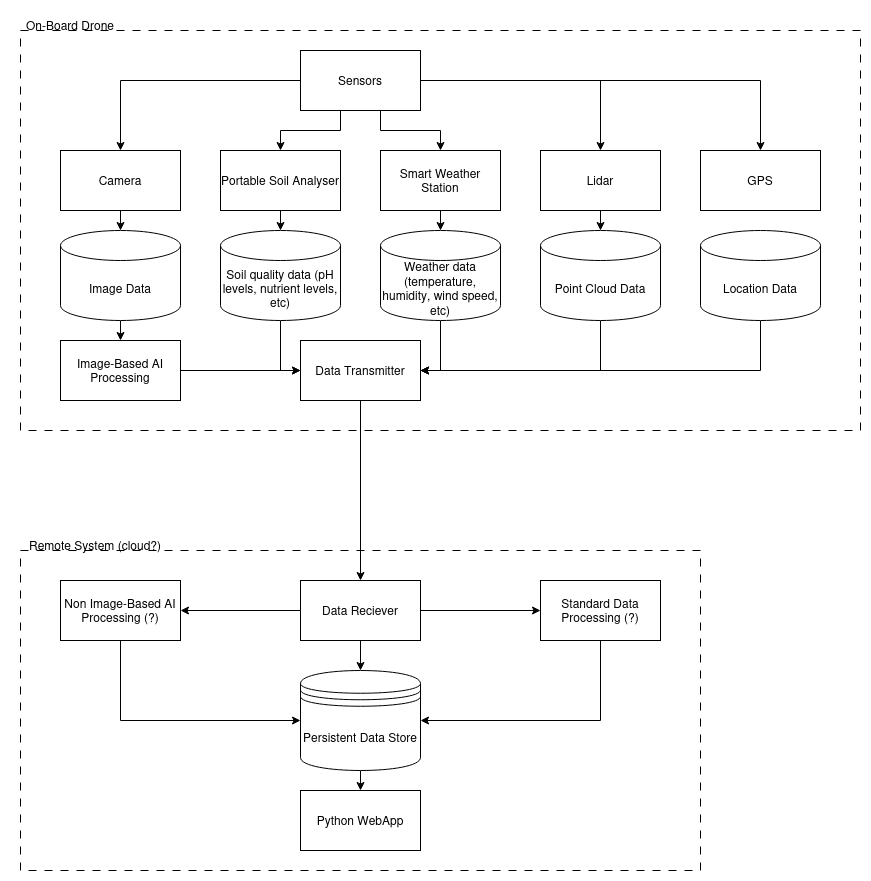
Earlier version of the draw.io export documentation/system_design/system_design_v1.drawio.png (Xychic/GPIG_Project). Source tidied: cells renumbered, new cells last; positions are measured from the earlier drawing's top-left corner, leaving out a move shared by most shapes.
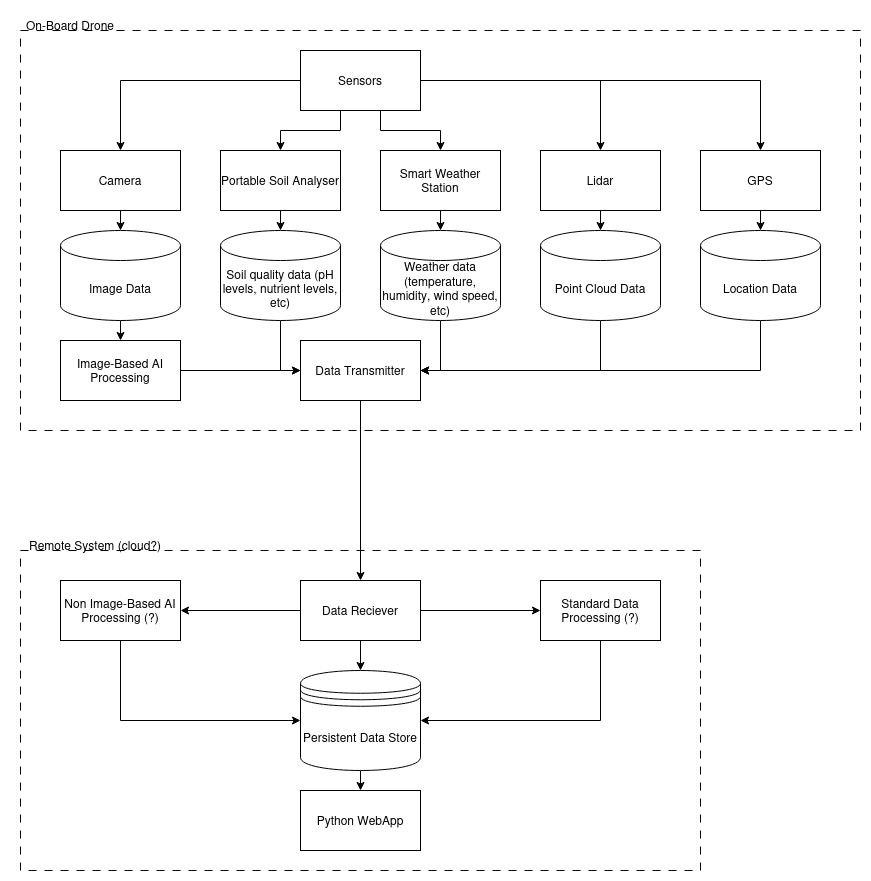
The same file after the commit.

Commit message:
bugfix/added_missed_connection

What changed in the source:
```diff
@@ -149,5 +149,8 @@
     <mxCell id="45" value="Location Data" style="shape=cylinder3;whiteSpace=wrap;html=1;boundedLbl=1;backgroundOutline=1;size=15;" parent="1" vertex="1">
       <mxGeometry x="690" y="220" width="120" height="90" as="geometry" />
     </mxCell>
+    <mxCell id="46" style="edgeStyle=orthogonalEdgeStyle;rounded=0;jettySize=auto;html=1;exitX=0.5;exitY=1;exitDx=0;exitDy=0;entryX=0.5;entryY=0;entryDx=0;entryDy=0;entryPerimeter=0;" parent="1" edge="1" source="43" target="45">
+      <mxGeometry relative="1" as="geometry" />
+    </mxCell>
   </root>
 </mxGraphModel>
```
